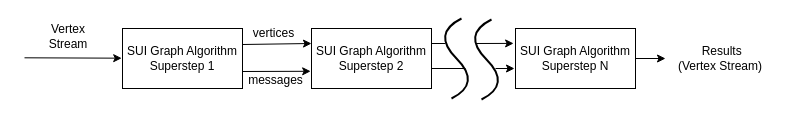
Before: page "SUI" (2 of 10) of All execution models.drawio in komzy/FlinkPregelPaper, a draw.io diagram. Source tidied: cells renumbered, new cells numbered last; positions are measured from the earlier drawing's top-left corner, leaving out a move shared by most shapes. Both pictures are drawn from the tidied source at 100%, with x=0, y=0 at pixel (24, 18).
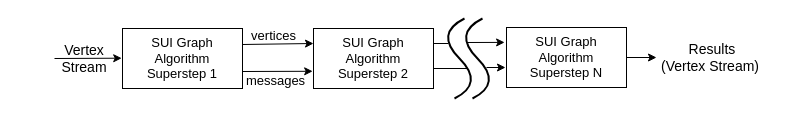
Above is the later version.

What changed in the source:
```diff
@@
-    <mxCell id="2" value="SUI Graph Algorithm&lt;div&gt;Superstep 1&lt;/div&gt;" style="rounded=0;whiteSpace=wrap;html=1;" parent="1" vertex="1">
+    <mxCell id="2" value="SUI Graph Algorithm&lt;div&gt;Superstep 1&lt;/div&gt;" style="rounded=0;whiteSpace=wrap;html=1;fontSize=13;" parent="1" vertex="1">
       <mxGeometry x="98" y="10" width="120" height="60" as="geometry" />
     </mxCell>
-    <mxCell id="3" style="endArrow=classic;html=1;rounded=0;entryX=-0.007;entryY=0.306;entryDx=0;entryDy=0;entryPerimeter=0;" parent="1" edge="1">
+    <mxCell id="3" style="endArrow=classic;html=1;rounded=0;entryX=-0.007;entryY=0.306;entryDx=0;entryDy=0;entryPerimeter=0;exitX=0;exitY=0.5;exitDx=0;exitDy=0;" parent="1" edge="1" source="6">
       <mxGeometry relative="1" as="geometry">
-        <mxPoint y="39.3" as="sourcePoint" />
         <mxPoint x="97.2" y="39.7" as="targetPoint" />
       </mxGeometry>
     </mxCell>
@@
-    <mxCell id="5" value="vertices" style="text;html=1;whiteSpace=wrap;strokeColor=none;fillColor=none;align=center;verticalAlign=middle;rounded=0;" parent="1" vertex="1">
-      <mxGeometry x="221.5" y="8" width="55" height="13" as="geometry" />
+    <mxCell id="5" value="vertices" style="text;html=1;whiteSpace=wrap;strokeColor=none;fillColor=none;align=center;verticalAlign=middle;rounded=0;fontSize=13;" parent="1" vertex="1">
+      <mxGeometry x="221.5" y="10" width="55" height="13" as="geometry" />
     </mxCell>
-    <mxCell id="6" value="Vertex Stream" style="text;html=1;whiteSpace=wrap;strokeColor=none;fillColor=none;align=center;verticalAlign=middle;rounded=0;" parent="1" vertex="1">
-      <mxGeometry x="14" y="3" width="60" height="30" as="geometry" />
+    <mxCell id="6" value="Vertex Stream" style="text;html=1;whiteSpace=wrap;strokeColor=none;fillColor=none;align=center;verticalAlign=middle;rounded=0;fontSize=14;" parent="1" vertex="1">
+      <mxGeometry x="30" y="25" width="60" height="30" as="geometry" />
     </mxCell>
-    <mxCell id="7" value="SUI Graph Algorithm&lt;div&gt;Superstep 2&lt;/div&gt;" style="rounded=0;whiteSpace=wrap;html=1;" parent="1" vertex="1">
-      <mxGeometry x="287" y="10" width="120" height="60" as="geometry" />
+    <mxCell id="7" value="SUI Graph Algorithm&lt;div&gt;Superstep 2&lt;/div&gt;" style="rounded=0;whiteSpace=wrap;html=1;fontSize=13;" parent="1" vertex="1">
+      <mxGeometry x="289" y="10" width="120" height="60" as="geometry" />
     </mxCell>
@@
-    <mxCell id="9" value="messages" style="text;html=1;whiteSpace=wrap;strokeColor=none;fillColor=none;align=center;verticalAlign=middle;rounded=0;" parent="1" vertex="1">
+    <mxCell id="9" value="messages" style="text;html=1;whiteSpace=wrap;strokeColor=none;fillColor=none;align=center;verticalAlign=middle;rounded=0;fontSize=13;" parent="1" vertex="1">
       <mxGeometry x="224" y="55" width="55" height="13" as="geometry" />
     </mxCell>
@@
-    <mxCell id="11" value="SUI Graph Algorithm&lt;div&gt;Superstep N&lt;/div&gt;" style="rounded=0;whiteSpace=wrap;html=1;" parent="1" vertex="1">
-      <mxGeometry x="491" y="10" width="120" height="60" as="geometry" />
+    <mxCell id="11" value="SUI Graph Algorithm&lt;div&gt;Superstep N&lt;/div&gt;" style="rounded=0;whiteSpace=wrap;html=1;fontSize=13;" parent="1" vertex="1">
+      <mxGeometry x="482" y="9" width="120" height="60" as="geometry" />
     </mxCell>
     <mxCell id="12" style="curved=1;endArrow=none;html=1;rounded=0;endFill=0;shape=filledEdge;strokeWidth=2;" parent="1" edge="1">
       <mxGeometry relative="1" as="geometry">
-        <mxPoint x="427" y="80" as="sourcePoint" />
-        <mxPoint x="437" as="targetPoint" />
+        <mxPoint x="430" y="80" as="sourcePoint" />
+        <mxPoint x="440" as="targetPoint" />
         <Array as="points">
-          <mxPoint x="457" y="65" />
-          <mxPoint x="407" y="15" />
+          <mxPoint x="460" y="65" />
+          <mxPoint x="410" y="15" />
         </Array>
       </mxGeometry>
     </mxCell>
     <mxCell id="13" style="curved=1;endArrow=none;html=1;rounded=0;endFill=0;shape=filledEdge;strokeWidth=2;" parent="1" edge="1">
       <mxGeometry relative="1" as="geometry">
-        <mxPoint x="457" y="81" as="sourcePoint" />
-        <mxPoint x="467" y="1" as="targetPoint" />
+        <mxPoint x="448" y="80" as="sourcePoint" />
+        <mxPoint x="458" as="targetPoint" />
         <Array as="points">
-          <mxPoint x="487" y="66" />
-          <mxPoint x="437" y="16" />
+          <mxPoint x="478" y="65" />
+          <mxPoint x="428" y="15" />
         </Array>
       </mxGeometry>
     </mxCell>
     <mxCell id="14" style="endArrow=none;html=1;rounded=0;exitX=1;exitY=0.25;exitDx=0;exitDy=0;" parent="1" edge="1" source="7">
       <mxGeometry relative="1" as="geometry">
-        <mxPoint x="421" y="25" as="targetPoint" />
+        <mxPoint x="424" y="25" as="targetPoint" />
       </mxGeometry>
     </mxCell>
     <mxCell id="15" style="endArrow=none;html=1;rounded=0;exitX=1;exitY=0.25;exitDx=0;exitDy=0;" parent="1" edge="1">
       <mxGeometry relative="1" as="geometry">
-        <mxPoint x="407" y="50" as="sourcePoint" />
-        <mxPoint x="441" y="50" as="targetPoint" />
+        <mxPoint x="409" y="50" as="sourcePoint" />
+        <mxPoint x="443" y="50" as="targetPoint" />
       </mxGeometry>
     </mxCell>
     <mxCell id="16" style="endArrow=classic;html=1;rounded=0;entryX=-0.016;entryY=0.232;entryDx=0;entryDy=0;entryPerimeter=0;" parent="1" edge="1">
       <mxGeometry relative="1" as="geometry">
-        <mxPoint x="451" y="25" as="sourcePoint" />
-        <mxPoint x="489.1" y="24.9" as="targetPoint" />
+        <mxPoint x="442" y="24" as="sourcePoint" />
+        <mxPoint x="480.1" y="23.9" as="targetPoint" />
       </mxGeometry>
     </mxCell>
     <mxCell id="17" style="endArrow=classic;html=1;rounded=0;" parent="1" edge="1">
       <mxGeometry relative="1" as="geometry">
-        <mxPoint x="471" y="50" as="sourcePoint" />
-        <mxPoint x="490" y="50" as="targetPoint" />
+        <mxPoint x="462" y="49" as="sourcePoint" />
+        <mxPoint x="481" y="49" as="targetPoint" />
       </mxGeometry>
     </mxCell>
-    <mxCell id="18" value="&amp;nbsp;Results&lt;div&gt;(Vertex Stream)&lt;/div&gt;" style="text;html=1;whiteSpace=wrap;strokeColor=none;fillColor=none;align=center;verticalAlign=middle;rounded=0;" parent="1" vertex="1">
-      <mxGeometry x="641" y="20" width="110" height="40" as="geometry" />
+    <mxCell id="18" value="&amp;nbsp;Results&lt;div&gt;(Vertex Stream)&lt;/div&gt;" style="text;html=1;whiteSpace=wrap;strokeColor=none;fillColor=none;align=center;verticalAlign=middle;rounded=0;fontSize=14;" parent="1" vertex="1">
+      <mxGeometry x="632" y="19" width="108" height="40" as="geometry" />
     </mxCell>
```
